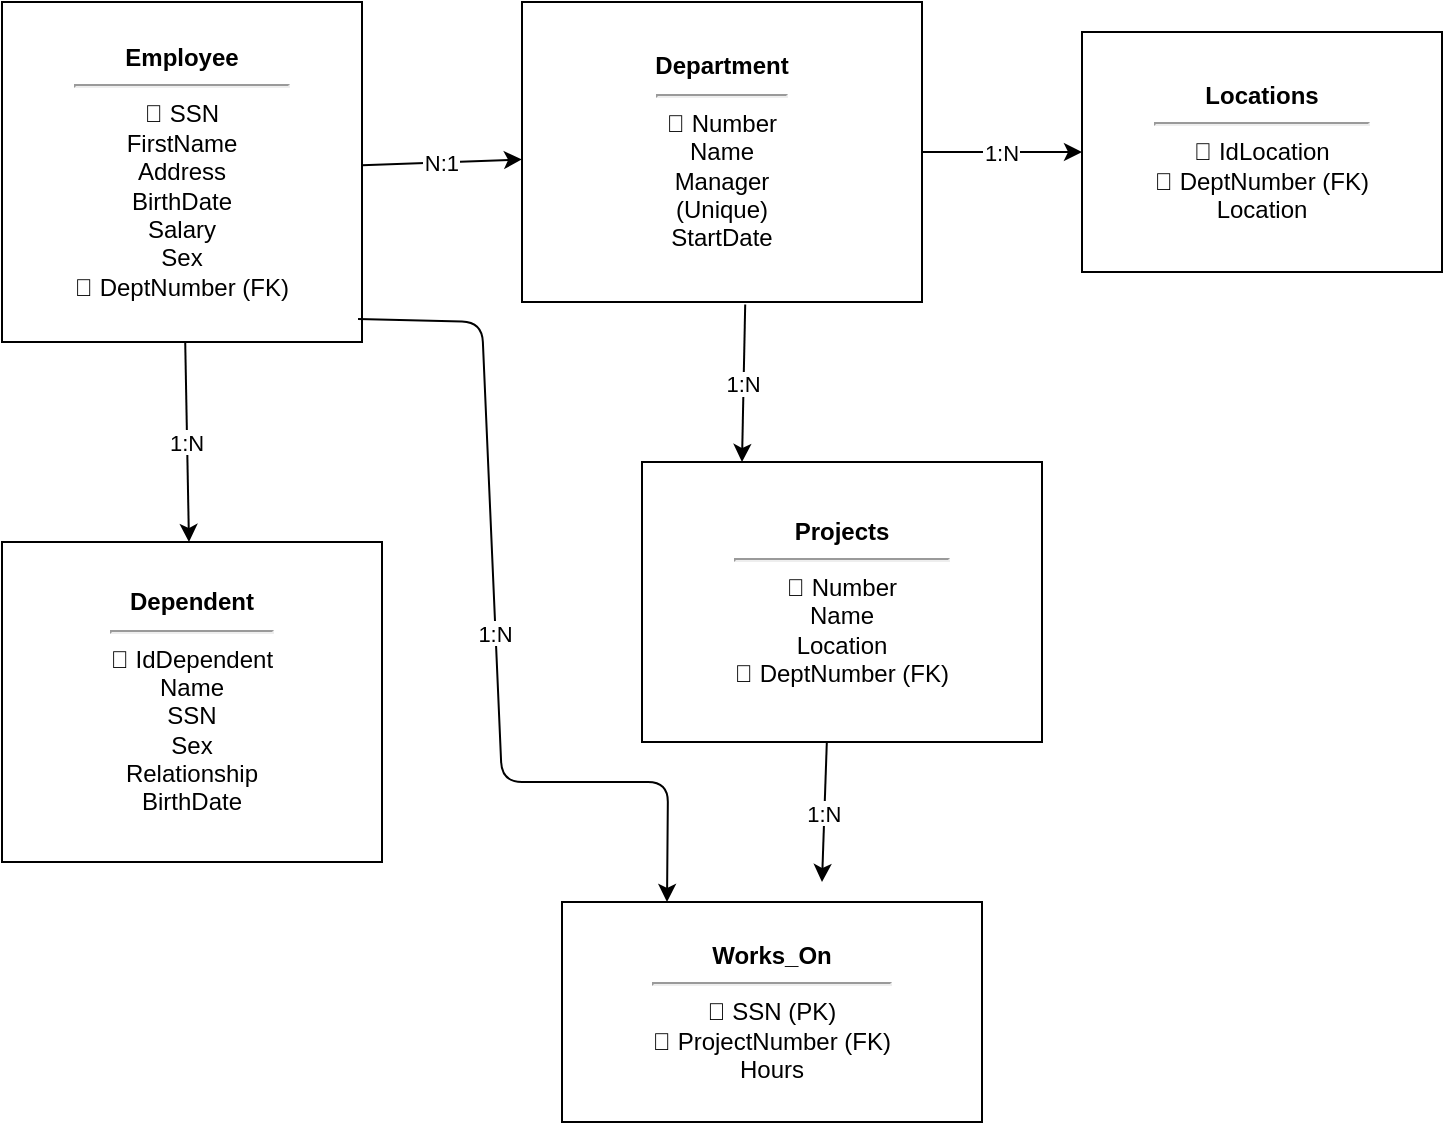
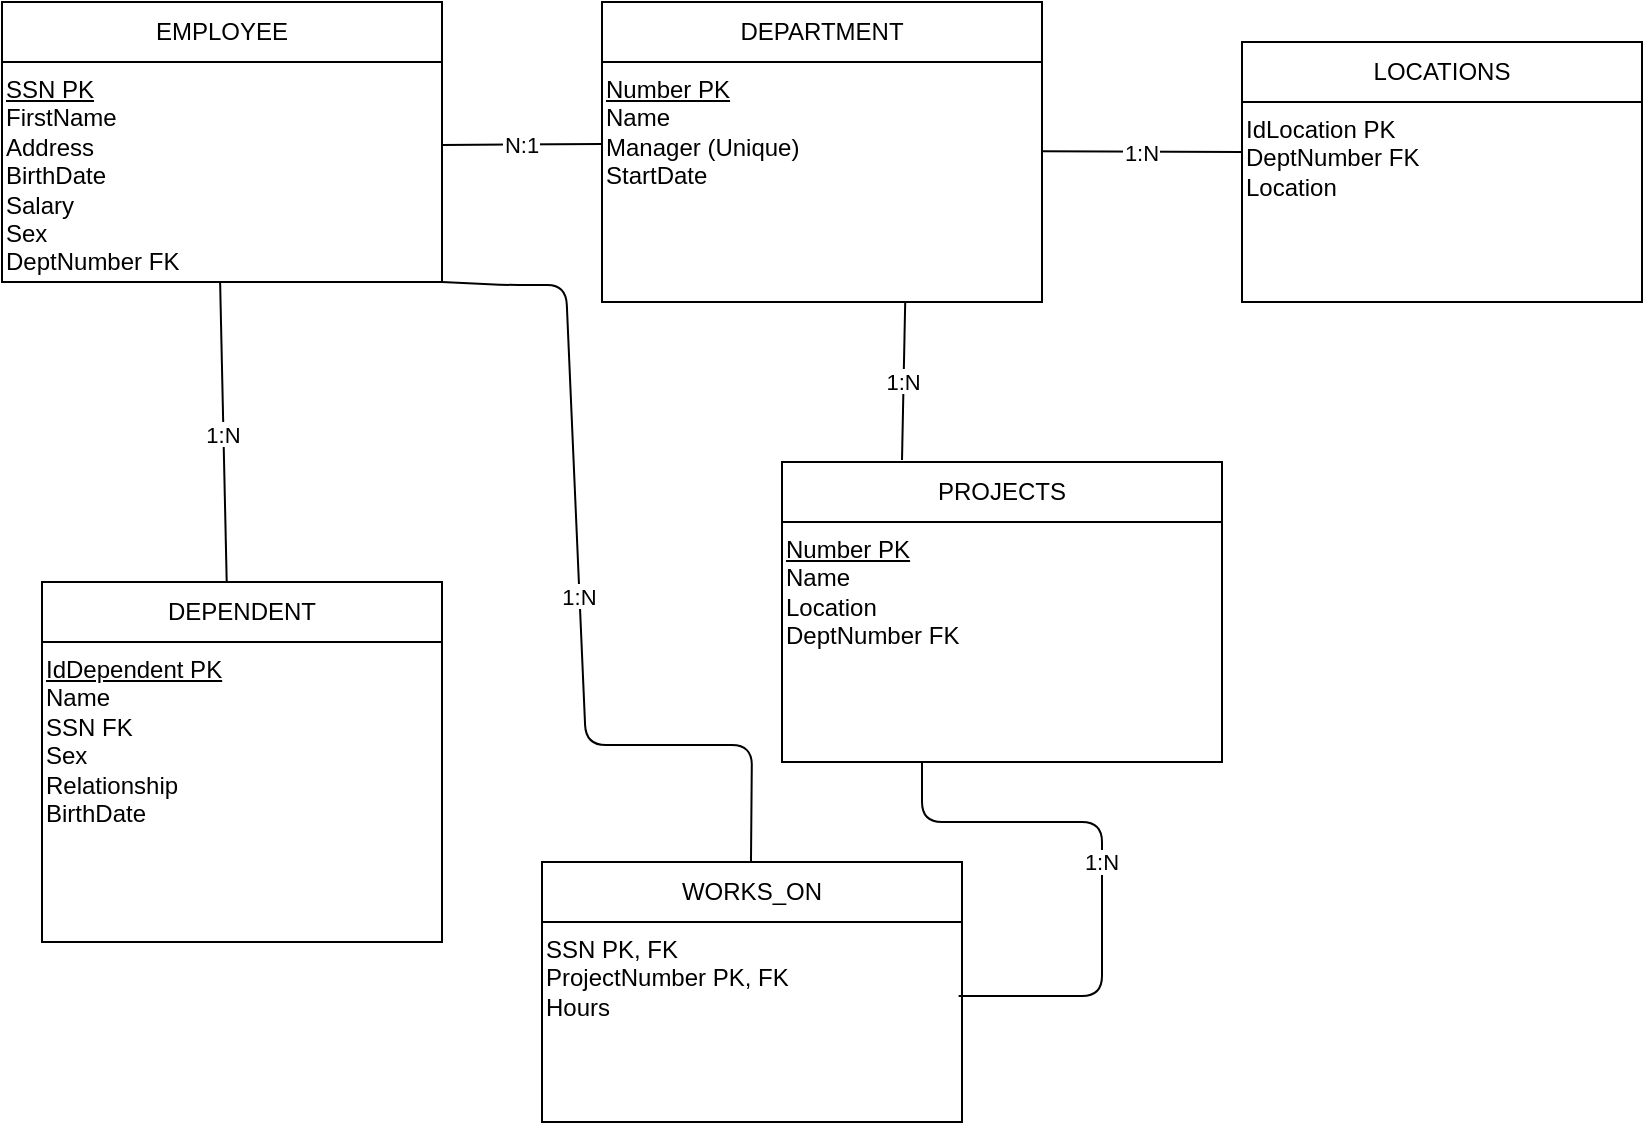
<mxfile host="Electron">
  <diagram name="6R Empresa" id="0">
-     <mxGraphModel dx="1030" dy="722" grid="1" gridSize="10" guides="1" tooltips="1" connect="1" arrows="1" fold="1" page="1" pageScale="1" pageWidth="827" pageHeight="1169" math="0" shadow="0">
+     <mxGraphModel dx="1873" dy="1375" grid="1" gridSize="10" guides="1" tooltips="1" connect="1" arrows="1" fold="1" page="1" pageScale="1" pageWidth="827" pageHeight="1169" math="0" shadow="0">
      <root>
        <mxCell id="0" />
        <mxCell id="1" parent="0" />
-         <mxCell id="emp" parent="1" style="rounded=0;whiteSpace=wrap;html=1;" value="&lt;b&gt;Employee&lt;/b&gt;&lt;hr/&gt;🔑 SSN&lt;br/&gt;FirstName&lt;br/&gt;Address&lt;br/&gt;BirthDate&lt;br/&gt;Salary&lt;br/&gt;Sex&lt;br/&gt;🔗 DeptNumber (FK)" vertex="1">
-           <mxGeometry height="170" width="180" x="20" y="20" as="geometry" />
+         <mxCell id="e1" edge="1" parent="1" style="endArrow=none;endFill=0;" value="N:1">
+           <mxGeometry relative="1" as="geometry">
+             <mxPoint x="280" y="121.47666666666674" as="sourcePoint" />
+             <mxPoint x="360" y="121" as="targetPoint" />
+           </mxGeometry>
        </mxCell>
-         <mxCell id="dept" parent="1" style="rounded=0;whiteSpace=wrap;html=1;" value="&lt;b&gt;Department&lt;/b&gt;&lt;hr/&gt;🔑 Number&lt;br/&gt;Name&lt;br/&gt;Manager&lt;br/&gt;(Unique)&lt;br/&gt;StartDate" vertex="1">
-           <mxGeometry height="150" width="200" x="280" y="20" as="geometry" />
+         <mxCell id="e2" edge="1" parent="1" style="entryX=0;entryY=0.25;entryDx=0;entryDy=0;endArrow=none;endFill=0;" target="9zPKOxHUIMFRslKujCTg-29" value="1:N">
+           <mxGeometry relative="1" as="geometry">
+             <mxPoint x="580.0000000000001" y="124.62" as="sourcePoint" />
+             <mxPoint x="659.9999999999999" y="124.62" as="targetPoint" />
+           </mxGeometry>
        </mxCell>
-         <mxCell id="loc" parent="1" style="rounded=0;whiteSpace=wrap;html=1;" value="&lt;b&gt;Locations&lt;/b&gt;&lt;hr/&gt;🔑 IdLocation&lt;br/&gt;🔗 DeptNumber (FK)&lt;br/&gt;Location" vertex="1">
-           <mxGeometry height="120" width="180" x="560" y="35" as="geometry" />
+         <mxCell id="e3" edge="1" parent="1" style="exitX=0.558;exitY=1.008;exitDx=0;exitDy=0;exitPerimeter=0;endArrow=none;endFill=0;" value="1:N">
+           <mxGeometry relative="1" as="geometry">
+             <mxPoint x="511.6" y="200.00000000000006" as="sourcePoint" />
+             <mxPoint x="510" y="279" as="targetPoint" />
+           </mxGeometry>
        </mxCell>
-         <mxCell id="proj" parent="1" style="rounded=0;whiteSpace=wrap;html=1;" value="&lt;b&gt;Projects&lt;/b&gt;&lt;hr/&gt;🔑 Number&lt;br/&gt;Name&lt;br/&gt;Location&lt;br/&gt;🔗 DeptNumber (FK)" vertex="1">
-           <mxGeometry height="140" width="200" x="340" y="250" as="geometry" />
+         <mxCell id="e4" edge="1" parent="1" style="endArrow=none;endFill=0;entryX=0.462;entryY=0.012;entryDx=0;entryDy=0;entryPerimeter=0;" target="9zPKOxHUIMFRslKujCTg-20" value="1:N">
+           <mxGeometry relative="1" as="geometry">
+             <mxPoint x="169.05377358490563" y="190" as="sourcePoint" />
+             <mxPoint x="170.940566037736" y="290" as="targetPoint" />
+           </mxGeometry>
        </mxCell>
-         <mxCell id="depen" parent="1" style="rounded=0;whiteSpace=wrap;html=1;" value="&lt;b&gt;Dependent&lt;/b&gt;&lt;hr/&gt;🔑 IdDependent&lt;br/&gt;Name&lt;br/&gt;SSN&lt;br/&gt;Sex&lt;br/&gt;Relationship&lt;br/&gt;BirthDate" vertex="1">
-           <mxGeometry height="160" width="190" x="20" y="290" as="geometry" />
-         </mxCell>
-         <mxCell id="works" parent="1" style="rounded=0;whiteSpace=wrap;html=1;" value="&lt;b&gt;Works_On&lt;/b&gt;&lt;hr/&gt;🔗 SSN (PK)&lt;br/&gt;🔗 ProjectNumber (FK)&lt;br/&gt;Hours" vertex="1">
-           <mxGeometry height="110" width="210" x="300" y="470" as="geometry" />
-         </mxCell>
-         <mxCell id="e1" edge="1" parent="1" source="emp" target="dept" value="N:1">
-           <mxGeometry relative="1" as="geometry" />
-         </mxCell>
-         <mxCell id="e2" edge="1" parent="1" source="dept" target="loc" value="1:N">
-           <mxGeometry relative="1" as="geometry" />
-         </mxCell>
-         <mxCell id="e3" edge="1" parent="1" source="dept" style="entryX=0.25;entryY=0;entryDx=0;entryDy=0;exitX=0.558;exitY=1.008;exitDx=0;exitDy=0;exitPerimeter=0;" target="proj" value="1:N">
-           <mxGeometry relative="1" as="geometry" />
-         </mxCell>
-         <mxCell id="e4" edge="1" parent="1" source="emp" target="depen" value="1:N">
-           <mxGeometry relative="1" as="geometry" />
-         </mxCell>
-         <mxCell id="e5" edge="1" parent="1" source="emp" style="entryX=0.25;entryY=0;entryDx=0;entryDy=0;exitX=0.989;exitY=0.932;exitDx=0;exitDy=0;exitPerimeter=0;" target="works" value="1:N">
+         <mxCell id="e5" edge="1" parent="1" style="entryX=0.25;entryY=0;entryDx=0;entryDy=0;exitX=0.989;exitY=0.932;exitDx=0;exitDy=0;exitPerimeter=0;endArrow=none;endFill=0;" value="1:N">
          <mxGeometry relative="1" as="geometry">
            <Array as="points">
-               <mxPoint x="260" y="180" />
-               <mxPoint x="270" y="410" />
-               <mxPoint x="353" y="410" />
+               <mxPoint x="313.58000000000004" y="191.56" />
+               <mxPoint x="341.98" y="191.56" />
+               <mxPoint x="351.98" y="421.56" />
+               <mxPoint x="434.98" y="421.56" />
            </Array>
+             <mxPoint x="280" y="190.00000000000006" as="sourcePoint" />
+             <mxPoint x="434.48000000000013" y="481.56" as="targetPoint" />
          </mxGeometry>
        </mxCell>
-         <mxCell id="e6" edge="1" parent="1" source="proj" style="exitX=0.462;exitY=1.003;exitDx=0;exitDy=0;exitPerimeter=0;" value="1:N">
+         <mxCell id="e6" edge="1" parent="1" style="exitX=0.462;exitY=1.003;exitDx=0;exitDy=0;exitPerimeter=0;entryX=0.992;entryY=0.37;entryDx=0;entryDy=0;entryPerimeter=0;endArrow=none;endFill=0;" target="9zPKOxHUIMFRslKujCTg-25" value="1:N">
          <mxGeometry relative="1" as="geometry">
-             <mxPoint x="430" y="460" as="targetPoint" />
+             <Array as="points">
+               <mxPoint x="520" y="460" />
+               <mxPoint x="610" y="460" />
+               <mxPoint x="610" y="547" />
+             </Array>
+             <mxPoint x="520.0000000000001" y="429.99999999999983" as="sourcePoint" />
+             <mxPoint x="610" y="530" as="targetPoint" />
          </mxGeometry>
+         </mxCell>
+         <mxCell id="9zPKOxHUIMFRslKujCTg-17" parent="1" style="swimlane;fontStyle=0;childLayout=stackLayout;horizontal=1;startSize=30;             horizontalStack=0;resizeParent=1;resizeParentMax=0;resizeLast=0;             collapsible=1;marginBottom=0;whiteSpace=wrap;html=1;" value="EMPLOYEE" vertex="1">
+           <mxGeometry height="140" width="220" x="60" y="50" as="geometry" />
+         </mxCell>
+         <mxCell id="9zPKOxHUIMFRslKujCTg-18" parent="9zPKOxHUIMFRslKujCTg-17" style="text;strokeColor=none;fillColor=none;align=left;html=1;" value="&lt;u&gt;SSN PK&lt;br&gt;&lt;/u&gt;FirstName&lt;br&gt;Address&lt;br&gt;BirthDate&lt;br&gt;Salary&lt;br&gt;Sex&lt;br&gt;DeptNumber FK" vertex="1">
+           <mxGeometry height="110" width="220" y="30" as="geometry" />
+         </mxCell>
+         <mxCell id="9zPKOxHUIMFRslKujCTg-20" parent="1" style="swimlane;fontStyle=0;childLayout=stackLayout;horizontal=1;startSize=30;             horizontalStack=0;resizeParent=1;resizeParentMax=0;resizeLast=0;             collapsible=1;marginBottom=0;whiteSpace=wrap;html=1;" value="DEPENDENT" vertex="1">
+           <mxGeometry height="180" width="200" x="80" y="340" as="geometry" />
+         </mxCell>
+         <mxCell id="9zPKOxHUIMFRslKujCTg-21" parent="9zPKOxHUIMFRslKujCTg-20" style="text;strokeColor=none;fillColor=none;align=left;html=1;" value="&lt;u&gt;IdDependent PK&lt;br&gt;&lt;/u&gt;Name&lt;br&gt;SSN FK&lt;br&gt;Sex&lt;br&gt;Relationship&lt;br&gt;BirthDate" vertex="1">
+           <mxGeometry height="150" width="200" y="30" as="geometry" />
+         </mxCell>
+         <mxCell id="9zPKOxHUIMFRslKujCTg-22" parent="1" style="swimlane;fontStyle=0;childLayout=stackLayout;horizontal=1;startSize=30;             horizontalStack=0;resizeParent=1;resizeParentMax=0;resizeLast=0;             collapsible=1;marginBottom=0;whiteSpace=wrap;html=1;" value="DEPARTMENT" vertex="1">
+           <mxGeometry height="150" width="220" x="360" y="50" as="geometry" />
+         </mxCell>
+         <mxCell id="9zPKOxHUIMFRslKujCTg-23" parent="9zPKOxHUIMFRslKujCTg-22" style="text;strokeColor=none;fillColor=none;align=left;html=1;" value="&lt;u&gt;Number PK&lt;br&gt;&lt;/u&gt;Name&lt;br&gt;Manager (Unique)&lt;br&gt;StartDate" vertex="1">
+           <mxGeometry height="120" width="220" y="30" as="geometry" />
+         </mxCell>
+         <mxCell id="9zPKOxHUIMFRslKujCTg-24" parent="1" style="swimlane;fontStyle=0;childLayout=stackLayout;horizontal=1;startSize=30;             horizontalStack=0;resizeParent=1;resizeParentMax=0;resizeLast=0;             collapsible=1;marginBottom=0;whiteSpace=wrap;html=1;" value="WORKS_ON" vertex="1">
+           <mxGeometry height="130" width="210" x="330" y="480" as="geometry" />
+         </mxCell>
+         <mxCell id="9zPKOxHUIMFRslKujCTg-25" parent="9zPKOxHUIMFRslKujCTg-24" style="text;strokeColor=none;fillColor=none;align=left;html=1;" value="SSN PK, FK&#xa;ProjectNumber PK, FK&#xa;Hours" vertex="1">
+           <mxGeometry height="100" width="210" y="30" as="geometry" />
+         </mxCell>
+         <mxCell id="9zPKOxHUIMFRslKujCTg-26" parent="1" style="swimlane;fontStyle=0;childLayout=stackLayout;horizontal=1;startSize=30;             horizontalStack=0;resizeParent=1;resizeParentMax=0;resizeLast=0;             collapsible=1;marginBottom=0;whiteSpace=wrap;html=1;" value="PROJECTS" vertex="1">
+           <mxGeometry height="150" width="220" x="450" y="280" as="geometry" />
+         </mxCell>
+         <mxCell id="9zPKOxHUIMFRslKujCTg-27" parent="9zPKOxHUIMFRslKujCTg-26" style="text;strokeColor=none;fillColor=none;align=left;html=1;" value="&lt;u&gt;Number PK&lt;br&gt;&lt;/u&gt;Name&lt;br&gt;Location&lt;br&gt;DeptNumber FK" vertex="1">
+           <mxGeometry height="120" width="220" y="30" as="geometry" />
+         </mxCell>
+         <mxCell id="9zPKOxHUIMFRslKujCTg-28" parent="1" style="swimlane;fontStyle=0;childLayout=stackLayout;horizontal=1;startSize=30;             horizontalStack=0;resizeParent=1;resizeParentMax=0;resizeLast=0;             collapsible=1;marginBottom=0;whiteSpace=wrap;html=1;" value="LOCATIONS" vertex="1">
+           <mxGeometry height="130" width="200" x="680" y="70" as="geometry" />
+         </mxCell>
+         <mxCell id="9zPKOxHUIMFRslKujCTg-29" parent="9zPKOxHUIMFRslKujCTg-28" style="text;strokeColor=none;fillColor=none;align=left;html=1;" value="IdLocation PK&#xa;DeptNumber FK&#xa;Location" vertex="1">
+           <mxGeometry height="100" width="200" y="30" as="geometry" />
        </mxCell>
      </root>
    </mxGraphModel>
  </diagram>
</mxfile>
